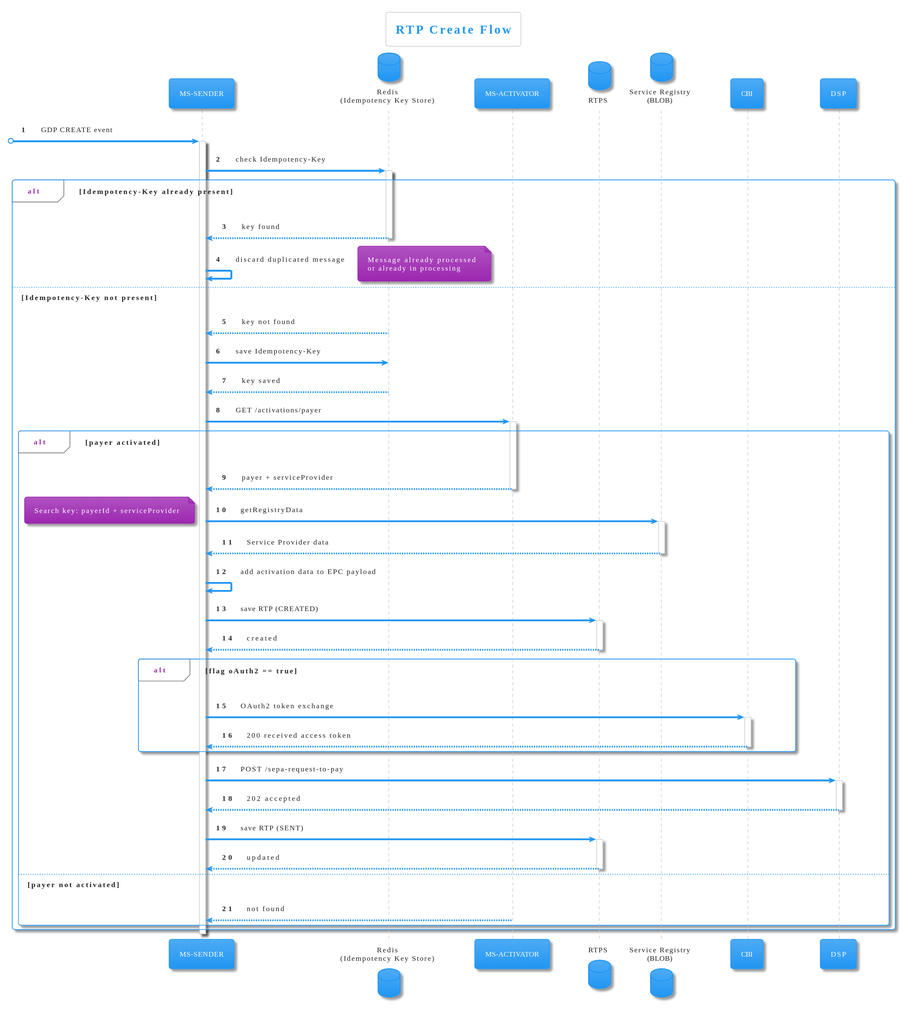
pagopa/rtp-docs keeps this PlantUML diagram as diagrams/create-rtp.svg. Above is the earlier version.
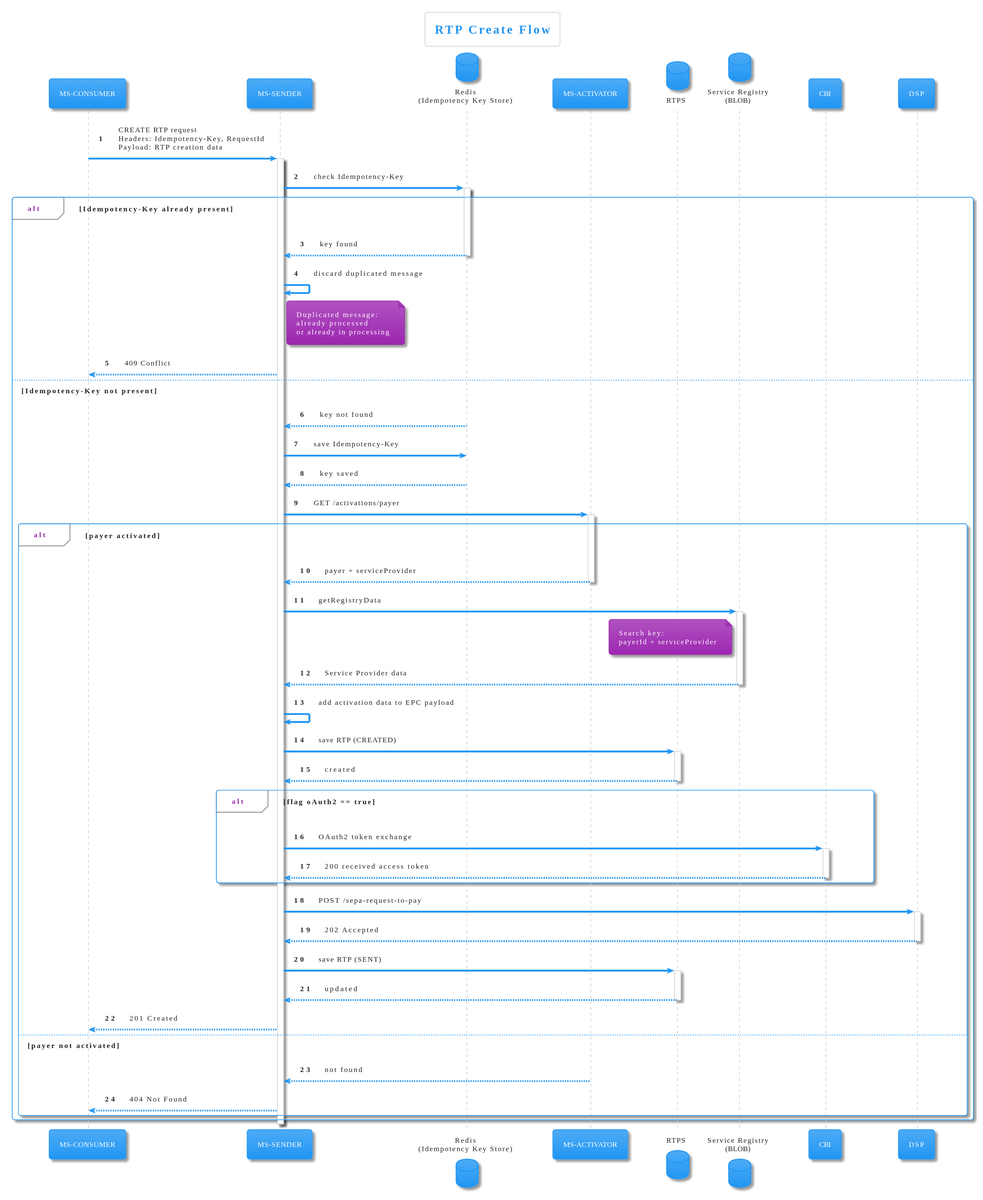
The same diagram one commit later.

Diff of the diagram source:
```diff
@@ -4,6 +4,7 @@
 
 title RTP Create Flow
 
+participant "MS-CONSUMER" as CONSUMER
 participant "MS-SENDER" as SENDER
 database "Redis\n(Idempotency Key Store)" as REDIS
 participant "MS-ACTIVATOR" as GR
@@ -14,8 +15,7 @@
 
 autonumber
 
-[o-> SENDER: GDP CREATE event
-
+CONSUMER -> SENDER: CREATE RTP request\nHeaders: Idempotency-Key, RequestId\nPayload: RTP creation data
 activate SENDER
 
 SENDER -> REDIS: check Idempotency-Key
@@ -25,7 +25,12 @@
     REDIS --> SENDER: key found
     deactivate REDIS
     SENDER -> SENDER: discard duplicated message
-    note right: Message already processed\nor already in processing
+    note right of SENDER
+      Duplicated message:
+      already processed
+      or already in processing
+    end note
+    SENDER --> CONSUMER: 409 Conflict
 
 else Idempotency-Key not present
     REDIS --> SENDER: key not found
@@ -42,7 +47,10 @@
 
         SENDER -> SR: getRegistryData
         activate SR
-        note left: Search key: payerId + serviceProvider
+        note left of SR
+          Search key:
+          payerId + serviceProvider
+        end note
         SR --> SENDER: Service Provider data
         deactivate SR
 
@@ -62,7 +70,7 @@
 
         SENDER -> DSP: POST /sepa-request-to-pay
         activate DSP
-        DSP --> SENDER: 202 accepted
+        DSP --> SENDER: 202 Accepted
         deactivate DSP
 
         SENDER -> SRTP: save RTP (SENT)
@@ -70,9 +78,12 @@
         SRTP --> SENDER: updated
         deactivate SRTP
 
+        SENDER --> CONSUMER: 201 Created
+
     else payer not activated
         GR --> SENDER: not found
         deactivate GR
+        SENDER --> CONSUMER: 404 Not Found
     end
 end
 
```
